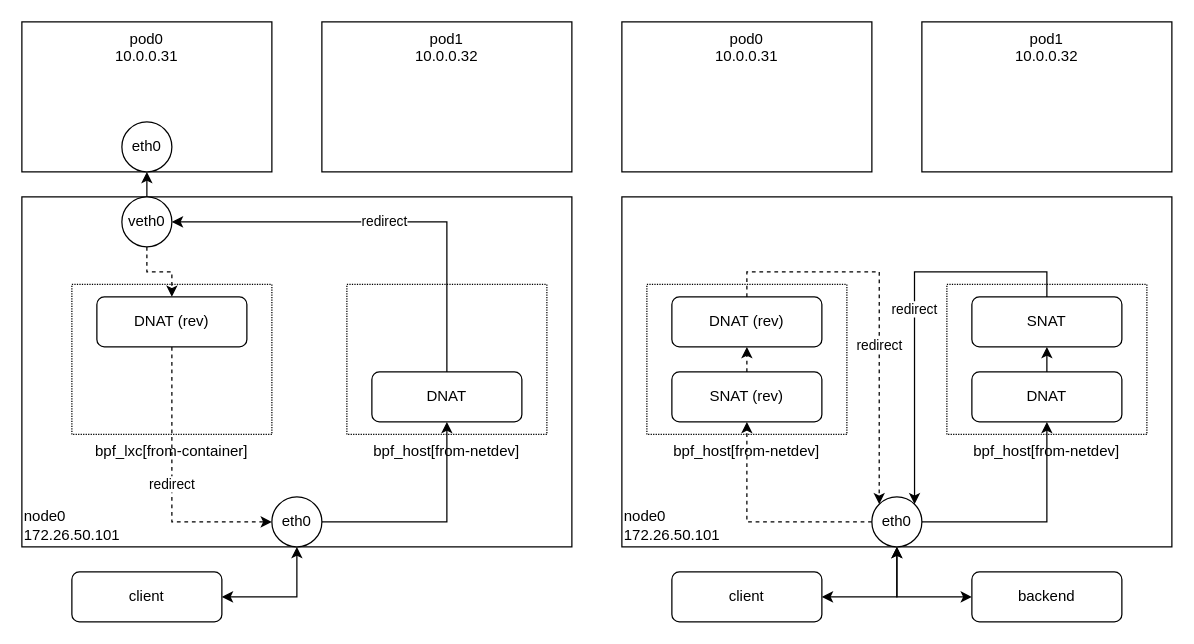
The draw.io diagram page "nodeport.redirect.vxlan" (9 of 11) of k8s.cilium/cilium.drawio in haruband/codebook, before the edit. Source tidied: cells renumbered, new cells numbered last; positions are measured from the earlier drawing's top-left corner, leaving out a move shared by most shapes. Both pictures are drawn from the tidied source at 125%, with x=0, y=0 at pixel (21, 21).
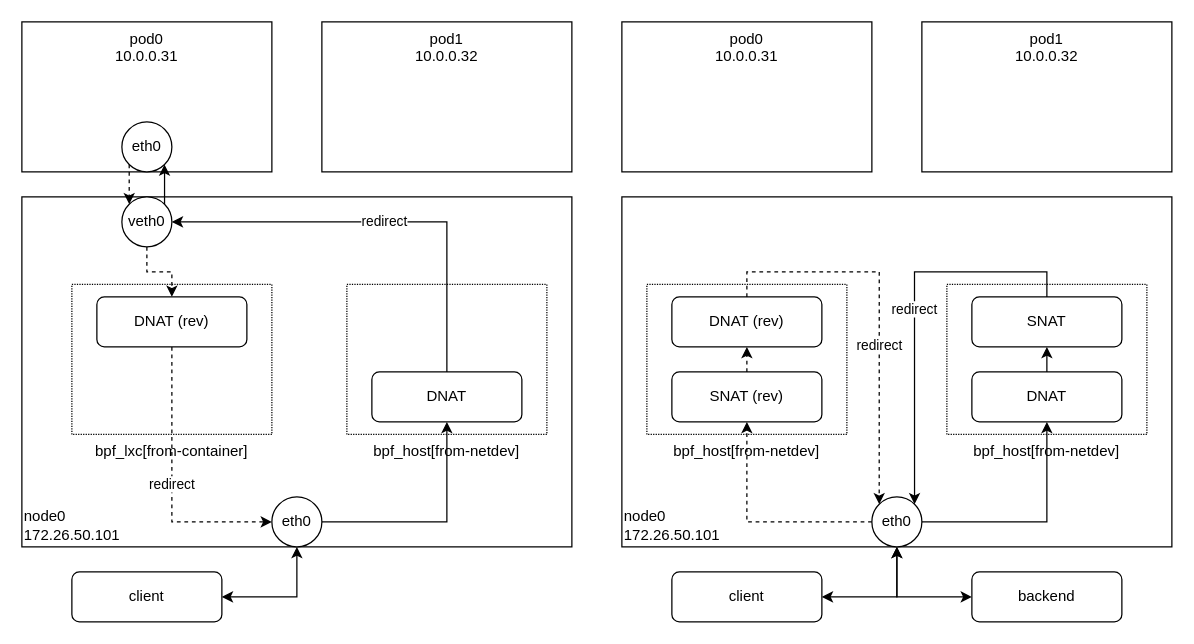
The same page after the edit.

Unchanged cells that the change refers to:
```xml
<mxCell id="33" value="veth0" style="ellipse;whiteSpace=wrap;html=1;fontSize=12;" parent="1" vertex="1">
  <mxGeometry x="80" y="140" width="40" height="40" as="geometry" />
</mxCell>
<mxCell id="34" value="eth0" style="ellipse;whiteSpace=wrap;html=1;fontSize=12;" parent="1" vertex="1">
  <mxGeometry x="80" y="80" width="40" height="40" as="geometry" />
</mxCell>
```

The edit, as a diff of the source:
```diff
@@
-    <mxCell id="32" style="edgeStyle=orthogonalEdgeStyle;rounded=0;jettySize=auto;html=1;exitX=0.5;exitY=0;exitDx=0;exitDy=0;entryX=0.5;entryY=1;entryDx=0;entryDy=0;startArrow=none;startFill=0;endArrow=classic;endFill=1;" parent="1" edge="1" source="33" target="34">
+    <mxCell id="32" style="edgeStyle=orthogonalEdgeStyle;rounded=0;jettySize=auto;html=1;exitX=1;exitY=0;exitDx=0;exitDy=0;entryX=1;entryY=1;entryDx=0;entryDy=0;" parent="1" edge="1" source="33" target="34">
       <mxGeometry relative="1" as="geometry" />
     </mxCell>
@@
+    <mxCell id="39" style="edgeStyle=orthogonalEdgeStyle;rounded=0;jettySize=auto;html=1;exitX=0;exitY=1;exitDx=0;exitDy=0;entryX=0;entryY=0;entryDx=0;entryDy=0;dashed=1;" parent="1" edge="1" source="34" target="33">
+      <mxGeometry relative="1" as="geometry" />
+    </mxCell>
```
